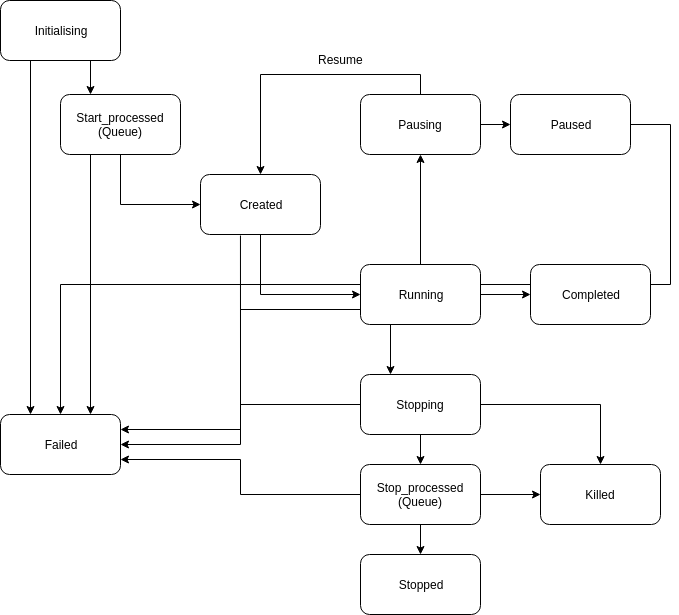
This is state_transitions.png from prodipta/blueshift-resouce, a draw.io export, as it was before one commit. Source tidied: cells renumbered, new cells last; positions are measured from the earlier drawing's top-left corner, leaving out a move shared by most shapes. Its diagram source:
```xml
<mxGraphModel>
  <root>
    <mxCell id="0" />
    <mxCell id="1" parent="0" />
    <mxCell id="2" style="edgeStyle=orthogonalEdgeStyle;rounded=0;html=1;exitX=1;exitY=0.5;exitDx=0;exitDy=0;jettySize=auto;" parent="1" edge="1" source="19" target="16">
      <mxGeometry relative="1" as="geometry">
        <Array as="points">
          <mxPoint x="670" y="124" />
          <mxPoint x="670" y="284" />
          <mxPoint x="60" y="284" />
        </Array>
      </mxGeometry>
    </mxCell>
    <mxCell id="3" style="edgeStyle=orthogonalEdgeStyle;rounded=0;html=1;exitX=0.25;exitY=1;exitDx=0;exitDy=0;entryX=0.25;entryY=0;entryDx=0;entryDy=0;jettySize=auto;" parent="1" edge="1" source="5" target="16">
      <mxGeometry relative="1" as="geometry" />
    </mxCell>
    <mxCell id="4" style="edgeStyle=orthogonalEdgeStyle;rounded=0;html=1;exitX=0.75;exitY=1;exitDx=0;exitDy=0;entryX=0.25;entryY=0;entryDx=0;entryDy=0;jettySize=auto;" parent="1" edge="1" source="5" target="8">
      <mxGeometry relative="1" as="geometry" />
    </mxCell>
    <mxCell id="5" value="Initialising" style="rounded=1;whiteSpace=wrap;html=1;" parent="1" vertex="1">
      <mxGeometry width="120" height="60" as="geometry" />
    </mxCell>
    <mxCell id="6" style="edgeStyle=orthogonalEdgeStyle;rounded=0;html=1;exitX=0.5;exitY=1;exitDx=0;exitDy=0;entryX=0;entryY=0.5;entryDx=0;entryDy=0;jettySize=auto;" parent="1" edge="1" source="8" target="10">
      <mxGeometry relative="1" as="geometry" />
    </mxCell>
    <mxCell id="7" style="edgeStyle=orthogonalEdgeStyle;rounded=0;html=1;exitX=0.25;exitY=1;exitDx=0;exitDy=0;entryX=0.75;entryY=0;entryDx=0;entryDy=0;jettySize=auto;" parent="1" edge="1" source="8" target="16">
      <mxGeometry relative="1" as="geometry" />
    </mxCell>
    <mxCell id="8" value="Start_processed (Queue)" style="rounded=1;whiteSpace=wrap;html=1;" parent="1" vertex="1">
      <mxGeometry x="60" y="94" width="120" height="60" as="geometry" />
    </mxCell>
    <mxCell id="9" style="edgeStyle=orthogonalEdgeStyle;rounded=0;html=1;exitX=0.5;exitY=1;exitDx=0;exitDy=0;entryX=0;entryY=0.5;entryDx=0;entryDy=0;jettySize=auto;" parent="1" edge="1" source="10" target="15">
      <mxGeometry relative="1" as="geometry" />
    </mxCell>
    <mxCell id="10" value="Created" style="rounded=1;whiteSpace=wrap;html=1;" parent="1" vertex="1">
      <mxGeometry x="200" y="174" width="120" height="60" as="geometry" />
    </mxCell>
    <mxCell id="11" style="edgeStyle=orthogonalEdgeStyle;rounded=0;html=1;exitX=0.5;exitY=0;exitDx=0;exitDy=0;entryX=0.5;entryY=1;entryDx=0;entryDy=0;jettySize=auto;" parent="1" edge="1" source="15" target="26">
      <mxGeometry relative="1" as="geometry" />
    </mxCell>
    <mxCell id="12" style="edgeStyle=orthogonalEdgeStyle;rounded=0;html=1;exitX=0.25;exitY=1;exitDx=0;exitDy=0;entryX=0.25;entryY=0;entryDx=0;entryDy=0;jettySize=auto;" parent="1" edge="1" source="15" target="23">
      <mxGeometry relative="1" as="geometry" />
    </mxCell>
    <mxCell id="13" style="edgeStyle=orthogonalEdgeStyle;rounded=0;html=1;exitX=0;exitY=0.75;exitDx=0;exitDy=0;entryX=1;entryY=0.5;entryDx=0;entryDy=0;jettySize=auto;" parent="1" edge="1" source="15" target="16">
      <mxGeometry relative="1" as="geometry" />
    </mxCell>
    <mxCell id="14" style="edgeStyle=orthogonalEdgeStyle;rounded=0;html=1;exitX=1;exitY=0.5;exitDx=0;exitDy=0;jettySize=auto;" parent="1" edge="1" source="15" target="17">
      <mxGeometry relative="1" as="geometry" />
    </mxCell>
    <mxCell id="15" value="Running" style="rounded=1;whiteSpace=wrap;html=1;" parent="1" vertex="1">
      <mxGeometry x="360" y="264" width="120" height="60" as="geometry" />
    </mxCell>
    <mxCell id="16" value="Failed" style="rounded=1;whiteSpace=wrap;html=1;" parent="1" vertex="1">
      <mxGeometry y="414" width="120" height="60" as="geometry" />
    </mxCell>
    <mxCell id="17" value="Completed" style="rounded=1;whiteSpace=wrap;html=1;" parent="1" vertex="1">
      <mxGeometry x="530" y="264" width="120" height="60" as="geometry" />
    </mxCell>
    <mxCell id="18" value="Stopped" style="rounded=1;whiteSpace=wrap;html=1;" parent="1" vertex="1">
      <mxGeometry x="360" y="554" width="120" height="60" as="geometry" />
    </mxCell>
    <mxCell id="19" value="Paused" style="rounded=1;whiteSpace=wrap;html=1;" parent="1" vertex="1">
      <mxGeometry x="510" y="94" width="120" height="60" as="geometry" />
    </mxCell>
    <mxCell id="20" style="edgeStyle=orthogonalEdgeStyle;rounded=0;html=1;exitX=0;exitY=0.5;exitDx=0;exitDy=0;entryX=1;entryY=0.25;entryDx=0;entryDy=0;jettySize=auto;" parent="1" edge="1" source="23" target="16">
      <mxGeometry relative="1" as="geometry" />
    </mxCell>
    <mxCell id="21" style="edgeStyle=orthogonalEdgeStyle;rounded=0;jettySize=auto;html=1;exitX=0.5;exitY=1;exitDx=0;exitDy=0;entryX=0.5;entryY=0;entryDx=0;entryDy=0;" parent="1" edge="1" source="23" target="32">
      <mxGeometry relative="1" as="geometry" />
    </mxCell>
    <mxCell id="22" style="edgeStyle=orthogonalEdgeStyle;rounded=0;jettySize=auto;html=1;" parent="1" edge="1" source="23" target="33">
      <mxGeometry relative="1" as="geometry" />
    </mxCell>
    <mxCell id="23" value="Stopping" style="rounded=1;whiteSpace=wrap;html=1;" parent="1" vertex="1">
      <mxGeometry x="360" y="374" width="120" height="60" as="geometry" />
    </mxCell>
    <mxCell id="24" style="edgeStyle=orthogonalEdgeStyle;rounded=0;html=1;exitX=1;exitY=0.5;exitDx=0;exitDy=0;entryX=0;entryY=0.5;entryDx=0;entryDy=0;jettySize=auto;" parent="1" edge="1" source="26" target="19">
      <mxGeometry relative="1" as="geometry" />
    </mxCell>
    <mxCell id="25" style="edgeStyle=orthogonalEdgeStyle;rounded=0;html=1;exitX=0.5;exitY=0;exitDx=0;exitDy=0;jettySize=auto;" parent="1" edge="1" source="26" target="10">
      <mxGeometry relative="1" as="geometry" />
    </mxCell>
    <mxCell id="26" value="Pausing" style="rounded=1;whiteSpace=wrap;html=1;" parent="1" vertex="1">
      <mxGeometry x="360" y="94" width="120" height="60" as="geometry" />
    </mxCell>
    <mxCell id="27" value="Resume" style="text;html=1;align=left;verticalAlign=top;spacingTop=-4;" parent="1" vertex="1">
      <mxGeometry x="316" y="50" width="60" height="20" as="geometry" />
    </mxCell>
    <mxCell id="28" style="edgeStyle=orthogonalEdgeStyle;rounded=0;orthogonalLoop=1;jettySize=auto;html=1;exitX=1;exitY=0.5;exitDx=0;exitDy=0;entryX=1;entryY=0.5;entryDx=0;entryDy=0;" parent="1" edge="1" source="32" target="32">
      <mxGeometry relative="1" as="geometry" />
    </mxCell>
    <mxCell id="29" style="edgeStyle=orthogonalEdgeStyle;rounded=0;jettySize=auto;html=1;" parent="1" edge="1" source="32" target="18">
      <mxGeometry relative="1" as="geometry" />
    </mxCell>
    <mxCell id="30" style="edgeStyle=orthogonalEdgeStyle;rounded=0;jettySize=auto;html=1;" parent="1" edge="1" source="32" target="33">
      <mxGeometry relative="1" as="geometry" />
    </mxCell>
    <mxCell id="31" style="edgeStyle=orthogonalEdgeStyle;rounded=0;jettySize=auto;html=1;entryX=1;entryY=0.75;entryDx=0;entryDy=0;" parent="1" edge="1" source="32" target="16">
      <mxGeometry relative="1" as="geometry" />
    </mxCell>
    <mxCell id="32" value="Stop_processed (Queue)&lt;br&gt;" style="rounded=1;whiteSpace=wrap;html=1;" parent="1" vertex="1">
      <mxGeometry x="360" y="464" width="120" height="60" as="geometry" />
    </mxCell>
    <mxCell id="33" value="Killed" style="rounded=1;whiteSpace=wrap;html=1;" parent="1" vertex="1">
      <mxGeometry x="540" y="464" width="120" height="60" as="geometry" />
    </mxCell>
    <mxCell id="34" style="endArrow=none;html=1;exitX=0.333;exitY=1.017;exitDx=0;exitDy=0;exitPerimeter=0;" parent="1" edge="1" source="10">
      <mxGeometry relative="1" as="geometry">
        <mxPoint x="240" y="354" as="targetPoint" />
      </mxGeometry>
    </mxCell>
  </root>
</mxGraphModel>
```
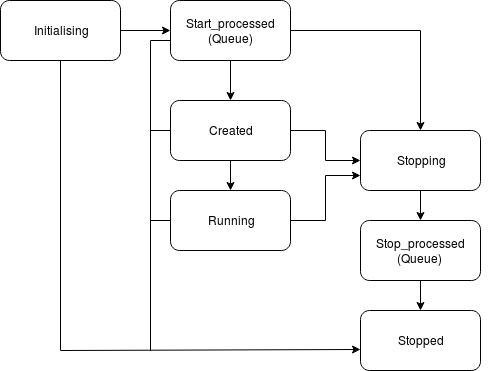
After the commit.

Commit message:
state transition diag

Change to the diagram source:
```diff
@@ -2,112 +2,85 @@
   <root>
     <mxCell id="0" />
     <mxCell id="1" parent="0" />
-    <mxCell id="2" style="edgeStyle=orthogonalEdgeStyle;rounded=0;html=1;exitX=1;exitY=0.5;exitDx=0;exitDy=0;jettySize=auto;" parent="1" edge="1" source="19" target="16">
-      <mxGeometry relative="1" as="geometry">
-        <Array as="points">
-          <mxPoint x="670" y="124" />
-          <mxPoint x="670" y="284" />
-          <mxPoint x="60" y="284" />
-        </Array>
-      </mxGeometry>
-    </mxCell>
-    <mxCell id="3" style="edgeStyle=orthogonalEdgeStyle;rounded=0;html=1;exitX=0.25;exitY=1;exitDx=0;exitDy=0;entryX=0.25;entryY=0;entryDx=0;entryDy=0;jettySize=auto;" parent="1" edge="1" source="5" target="16">
-      <mxGeometry relative="1" as="geometry" />
-    </mxCell>
-    <mxCell id="4" style="edgeStyle=orthogonalEdgeStyle;rounded=0;html=1;exitX=0.75;exitY=1;exitDx=0;exitDy=0;entryX=0.25;entryY=0;entryDx=0;entryDy=0;jettySize=auto;" parent="1" edge="1" source="5" target="8">
+    <mxCell id="4" style="edgeStyle=orthogonalEdgeStyle;rounded=0;jettySize=auto;html=1;" parent="1" edge="1" source="5" target="8">
       <mxGeometry relative="1" as="geometry" />
     </mxCell>
     <mxCell id="5" value="Initialising" style="rounded=1;whiteSpace=wrap;html=1;" parent="1" vertex="1">
-      <mxGeometry width="120" height="60" as="geometry" />
+      <mxGeometry y="54" width="120" height="60" as="geometry" />
     </mxCell>
-    <mxCell id="6" style="edgeStyle=orthogonalEdgeStyle;rounded=0;html=1;exitX=0.5;exitY=1;exitDx=0;exitDy=0;entryX=0;entryY=0.5;entryDx=0;entryDy=0;jettySize=auto;" parent="1" edge="1" source="8" target="10">
+    <mxCell id="6" style="edgeStyle=orthogonalEdgeStyle;rounded=0;jettySize=auto;html=1;" parent="1" edge="1" source="8" target="10">
       <mxGeometry relative="1" as="geometry" />
     </mxCell>
-    <mxCell id="7" style="edgeStyle=orthogonalEdgeStyle;rounded=0;html=1;exitX=0.25;exitY=1;exitDx=0;exitDy=0;entryX=0.75;entryY=0;entryDx=0;entryDy=0;jettySize=auto;" parent="1" edge="1" source="8" target="16">
-      <mxGeometry relative="1" as="geometry" />
-    </mxCell>
+    <mxCell id="35" style="edgeStyle=orthogonalEdgeStyle;rounded=0;jettySize=auto;html=1;entryX=0.5;entryY=0;entryDx=0;entryDy=0;" parent="1" edge="1" source="8" target="23">
+      <mxGeometry relative="1" as="geometry" />
+    </mxCell>
     <mxCell id="8" value="Start_processed (Queue)" style="rounded=1;whiteSpace=wrap;html=1;" parent="1" vertex="1">
-      <mxGeometry x="60" y="94" width="120" height="60" as="geometry" />
+      <mxGeometry x="170" y="54" width="120" height="60" as="geometry" />
     </mxCell>
-    <mxCell id="9" style="edgeStyle=orthogonalEdgeStyle;rounded=0;html=1;exitX=0.5;exitY=1;exitDx=0;exitDy=0;entryX=0;entryY=0.5;entryDx=0;entryDy=0;jettySize=auto;" parent="1" edge="1" source="10" target="15">
+    <mxCell id="9" style="edgeStyle=orthogonalEdgeStyle;rounded=0;jettySize=auto;html=1;" parent="1" edge="1" source="10" target="15">
       <mxGeometry relative="1" as="geometry" />
     </mxCell>
+    <mxCell id="36" style="edgeStyle=orthogonalEdgeStyle;rounded=0;jettySize=auto;html=1;" parent="1" edge="1" source="10" target="23">
+      <mxGeometry relative="1" as="geometry" />
+    </mxCell>
     <mxCell id="10" value="Created" style="rounded=1;whiteSpace=wrap;html=1;" parent="1" vertex="1">
-      <mxGeometry x="200" y="174" width="120" height="60" as="geometry" />
+      <mxGeometry x="170" y="154" width="120" height="60" as="geometry" />
     </mxCell>
-    <mxCell id="11" style="edgeStyle=orthogonalEdgeStyle;rounded=0;html=1;exitX=0.5;exitY=0;exitDx=0;exitDy=0;entryX=0.5;entryY=1;entryDx=0;entryDy=0;jettySize=auto;" parent="1" edge="1" source="15" target="26">
-      <mxGeometry relative="1" as="geometry" />
-    </mxCell>
-    <mxCell id="12" style="edgeStyle=orthogonalEdgeStyle;rounded=0;html=1;exitX=0.25;exitY=1;exitDx=0;exitDy=0;entryX=0.25;entryY=0;entryDx=0;entryDy=0;jettySize=auto;" parent="1" edge="1" source="15" target="23">
+    <mxCell id="12" style="edgeStyle=orthogonalEdgeStyle;rounded=0;jettySize=auto;html=1;entryX=0;entryY=0.75;entryDx=0;entryDy=0;" parent="1" edge="1" source="15" target="23">
       <mxGeometry relative="1" as="geometry" />
     </mxCell>
-    <mxCell id="13" style="edgeStyle=orthogonalEdgeStyle;rounded=0;html=1;exitX=0;exitY=0.75;exitDx=0;exitDy=0;entryX=1;entryY=0.5;entryDx=0;entryDy=0;jettySize=auto;" parent="1" edge="1" source="15" target="16">
-      <mxGeometry relative="1" as="geometry" />
-    </mxCell>
-    <mxCell id="14" style="edgeStyle=orthogonalEdgeStyle;rounded=0;html=1;exitX=1;exitY=0.5;exitDx=0;exitDy=0;jettySize=auto;" parent="1" edge="1" source="15" target="17">
-      <mxGeometry relative="1" as="geometry" />
-    </mxCell>
     <mxCell id="15" value="Running" style="rounded=1;whiteSpace=wrap;html=1;" parent="1" vertex="1">
-      <mxGeometry x="360" y="264" width="120" height="60" as="geometry" />
+      <mxGeometry x="170" y="244" width="120" height="60" as="geometry" />
     </mxCell>
-    <mxCell id="16" value="Failed" style="rounded=1;whiteSpace=wrap;html=1;" parent="1" vertex="1">
-      <mxGeometry y="414" width="120" height="60" as="geometry" />
-    </mxCell>
-    <mxCell id="17" value="Completed" style="rounded=1;whiteSpace=wrap;html=1;" parent="1" vertex="1">
-      <mxGeometry x="530" y="264" width="120" height="60" as="geometry" />
-    </mxCell>
     <mxCell id="18" value="Stopped" style="rounded=1;whiteSpace=wrap;html=1;" parent="1" vertex="1">
-      <mxGeometry x="360" y="554" width="120" height="60" as="geometry" />
+      <mxGeometry x="360" y="364" width="120" height="60" as="geometry" />
     </mxCell>
-    <mxCell id="19" value="Paused" style="rounded=1;whiteSpace=wrap;html=1;" parent="1" vertex="1">
-      <mxGeometry x="510" y="94" width="120" height="60" as="geometry" />
-    </mxCell>
-    <mxCell id="20" style="edgeStyle=orthogonalEdgeStyle;rounded=0;html=1;exitX=0;exitY=0.5;exitDx=0;exitDy=0;entryX=1;entryY=0.25;entryDx=0;entryDy=0;jettySize=auto;" parent="1" edge="1" source="23" target="16">
-      <mxGeometry relative="1" as="geometry" />
-    </mxCell>
-    <mxCell id="21" style="edgeStyle=orthogonalEdgeStyle;rounded=0;jettySize=auto;html=1;exitX=0.5;exitY=1;exitDx=0;exitDy=0;entryX=0.5;entryY=0;entryDx=0;entryDy=0;" parent="1" edge="1" source="23" target="32">
+    <mxCell id="21" style="edgeStyle=orthogonalEdgeStyle;rounded=0;jettySize=auto;html=1;" parent="1" edge="1" source="23" target="32">
       <mxGeometry relative="1" as="geometry" />
     </mxCell>
-    <mxCell id="22" style="edgeStyle=orthogonalEdgeStyle;rounded=0;jettySize=auto;html=1;" parent="1" edge="1" source="23" target="33">
-      <mxGeometry relative="1" as="geometry" />
-    </mxCell>
     <mxCell id="23" value="Stopping" style="rounded=1;whiteSpace=wrap;html=1;" parent="1" vertex="1">
-      <mxGeometry x="360" y="374" width="120" height="60" as="geometry" />
+      <mxGeometry x="360" y="184" width="120" height="60" as="geometry" />
     </mxCell>
-    <mxCell id="24" style="edgeStyle=orthogonalEdgeStyle;rounded=0;html=1;exitX=1;exitY=0.5;exitDx=0;exitDy=0;entryX=0;entryY=0.5;entryDx=0;entryDy=0;jettySize=auto;" parent="1" edge="1" source="26" target="19">
-      <mxGeometry relative="1" as="geometry" />
-    </mxCell>
-    <mxCell id="25" style="edgeStyle=orthogonalEdgeStyle;rounded=0;html=1;exitX=0.5;exitY=0;exitDx=0;exitDy=0;jettySize=auto;" parent="1" edge="1" source="26" target="10">
-      <mxGeometry relative="1" as="geometry" />
-    </mxCell>
-    <mxCell id="26" value="Pausing" style="rounded=1;whiteSpace=wrap;html=1;" parent="1" vertex="1">
-      <mxGeometry x="360" y="94" width="120" height="60" as="geometry" />
-    </mxCell>
-    <mxCell id="27" value="Resume" style="text;html=1;align=left;verticalAlign=top;spacingTop=-4;" parent="1" vertex="1">
-      <mxGeometry x="316" y="50" width="60" height="20" as="geometry" />
-    </mxCell>
     <mxCell id="28" style="edgeStyle=orthogonalEdgeStyle;rounded=0;orthogonalLoop=1;jettySize=auto;html=1;exitX=1;exitY=0.5;exitDx=0;exitDy=0;entryX=1;entryY=0.5;entryDx=0;entryDy=0;" parent="1" edge="1" source="32" target="32">
       <mxGeometry relative="1" as="geometry" />
     </mxCell>
     <mxCell id="29" style="edgeStyle=orthogonalEdgeStyle;rounded=0;jettySize=auto;html=1;" parent="1" edge="1" source="32" target="18">
       <mxGeometry relative="1" as="geometry" />
     </mxCell>
-    <mxCell id="30" style="edgeStyle=orthogonalEdgeStyle;rounded=0;jettySize=auto;html=1;" parent="1" edge="1" source="32" target="33">
-      <mxGeometry relative="1" as="geometry" />
-    </mxCell>
-    <mxCell id="31" style="edgeStyle=orthogonalEdgeStyle;rounded=0;jettySize=auto;html=1;entryX=1;entryY=0.75;entryDx=0;entryDy=0;" parent="1" edge="1" source="32" target="16">
-      <mxGeometry relative="1" as="geometry" />
-    </mxCell>
     <mxCell id="32" value="Stop_processed (Queue)&lt;br&gt;" style="rounded=1;whiteSpace=wrap;html=1;" parent="1" vertex="1">
-      <mxGeometry x="360" y="464" width="120" height="60" as="geometry" />
+      <mxGeometry x="360" y="274" width="120" height="60" as="geometry" />
     </mxCell>
-    <mxCell id="33" value="Killed" style="rounded=1;whiteSpace=wrap;html=1;" parent="1" vertex="1">
-      <mxGeometry x="540" y="464" width="120" height="60" as="geometry" />
-    </mxCell>
-    <mxCell id="34" style="endArrow=none;html=1;exitX=0.333;exitY=1.017;exitDx=0;exitDy=0;exitPerimeter=0;" parent="1" edge="1" source="10">
-      <mxGeometry relative="1" as="geometry">
-        <mxPoint x="240" y="354" as="targetPoint" />
-      </mxGeometry>
-    </mxCell>
+    <mxCell id="37" style="endArrow=none;html=1;entryX=0.5;entryY=1;entryDx=0;entryDy=0;" parent="1" edge="1" target="5">
+      <mxGeometry relative="1" as="geometry">
+        <mxPoint x="60" y="404" as="sourcePoint" />
+      </mxGeometry>
+    </mxCell>
+    <mxCell id="38" style="endArrow=classic;html=1;entryX=0;entryY=0.65;entryDx=0;entryDy=0;entryPerimeter=0;" parent="1" edge="1" target="18">
+      <mxGeometry relative="1" as="geometry">
+        <mxPoint x="60" y="404" as="sourcePoint" />
+      </mxGeometry>
+    </mxCell>
+    <mxCell id="39" style="endArrow=none;html=1;entryX=0;entryY=0.5;entryDx=0;entryDy=0;" parent="1" edge="1" target="15">
+      <mxGeometry relative="1" as="geometry">
+        <mxPoint x="150" y="274" as="sourcePoint" />
+      </mxGeometry>
+    </mxCell>
+    <mxCell id="40" style="endArrow=none;html=1;entryX=0;entryY=0.5;entryDx=0;entryDy=0;" parent="1" edge="1" target="10">
+      <mxGeometry relative="1" as="geometry">
+        <mxPoint x="150" y="184" as="sourcePoint" />
+      </mxGeometry>
+    </mxCell>
+    <mxCell id="41" style="endArrow=none;html=1;" parent="1" edge="1">
+      <mxGeometry relative="1" as="geometry">
+        <mxPoint x="150" y="404" as="sourcePoint" />
+        <mxPoint x="150" y="94" as="targetPoint" />
+      </mxGeometry>
+    </mxCell>
+    <mxCell id="42" style="endArrow=none;html=1;" parent="1" edge="1">
+      <mxGeometry relative="1" as="geometry">
+        <mxPoint x="150" y="94" as="sourcePoint" />
+        <mxPoint x="170" y="94" as="targetPoint" />
+      </mxGeometry>
+    </mxCell>
   </root>
 </mxGraphModel>
```
